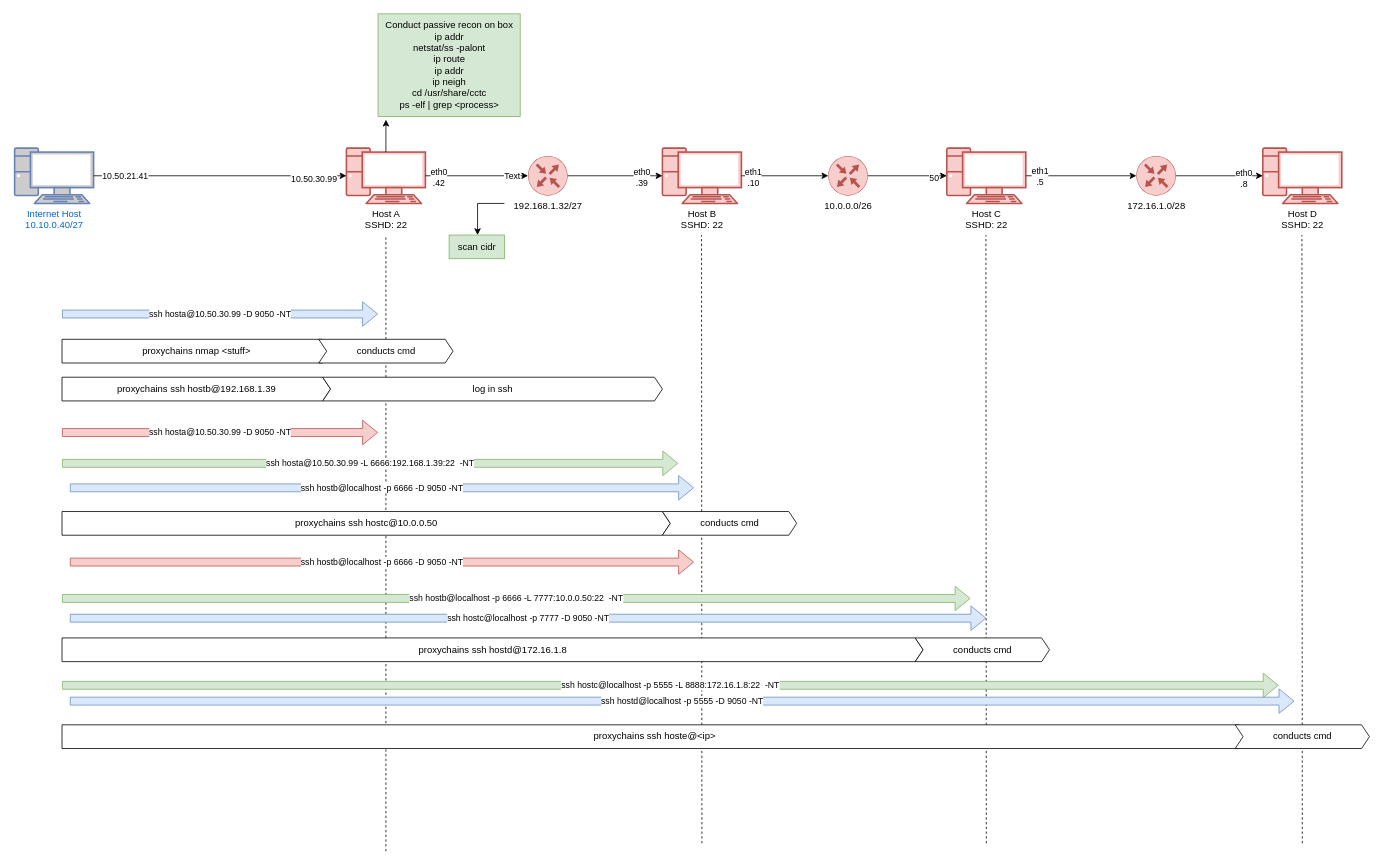
This is CCTC/NET/Tunnel_Practice.drawio from wifi96h/new, a draw.io file, before an edit. Source tidied: cells renumbered, new cells numbered last; positions are measured from the earlier drawing's top-left corner, leaving out a move shared by most shapes. Both pictures are drawn from the tidied source at 79%, with x=0, y=0 at pixel (14, 13).
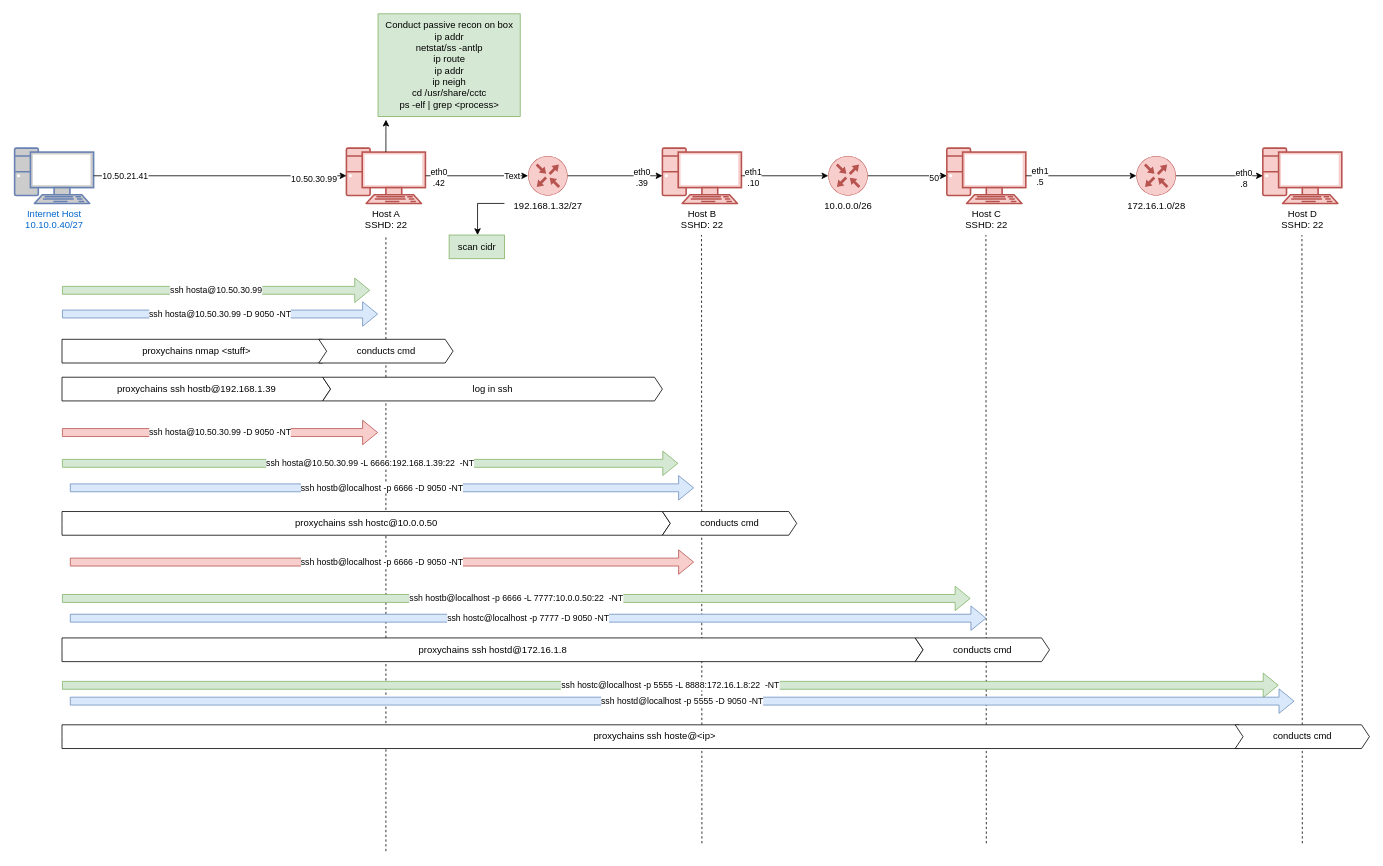
Above is the later version.

The edit, as a diff of the source:
```diff
@@
-    <mxCell id="15" value="Conduct passive recon on box&lt;div&gt;ip addr&lt;/div&gt;&lt;div&gt;netstat/ss -palont&lt;/div&gt;&lt;div&gt;ip route&lt;/div&gt;&lt;div&gt;ip addr&lt;/div&gt;&lt;div&gt;ip neigh&lt;/div&gt;&lt;div&gt;cd /usr/share/cctc&lt;/div&gt;&lt;div&gt;ps -elf | grep &amp;lt;process&amp;gt;&lt;/div&gt;" style="text;html=1;align=center;verticalAlign=middle;points=[];strokeColor=#82b366;fillColor=#d5e8d4;" parent="1" vertex="1">
+    <mxCell id="15" value="Conduct passive recon on box&lt;div&gt;ip addr&lt;/div&gt;&lt;div&gt;netstat/ss -antlp&lt;/div&gt;&lt;div&gt;ip route&lt;/div&gt;&lt;div&gt;ip addr&lt;/div&gt;&lt;div&gt;ip neigh&lt;/div&gt;&lt;div&gt;cd /usr/share/cctc&lt;/div&gt;&lt;div&gt;ps -elf | grep &amp;lt;process&amp;gt;&lt;/div&gt;" style="text;html=1;align=center;verticalAlign=middle;points=[];strokeColor=#82b366;fillColor=#d5e8d4;" parent="1" vertex="1">
       <mxGeometry x="460" width="180" height="130" as="geometry" />
     </mxCell>
@@
+    <mxCell id="52" value="ssh hosta@10.50.30.99" style="shape=flexArrow;endArrow=classic;html=1;rounded=0;fillColor=#d5e8d4;strokeColor=#82b366;" parent="1" edge="1">
+      <mxGeometry relative="1" as="geometry">
+        <mxPoint x="60" y="350" as="sourcePoint" />
+        <mxPoint x="450" y="350" as="targetPoint" />
+      </mxGeometry>
+    </mxCell>
```
